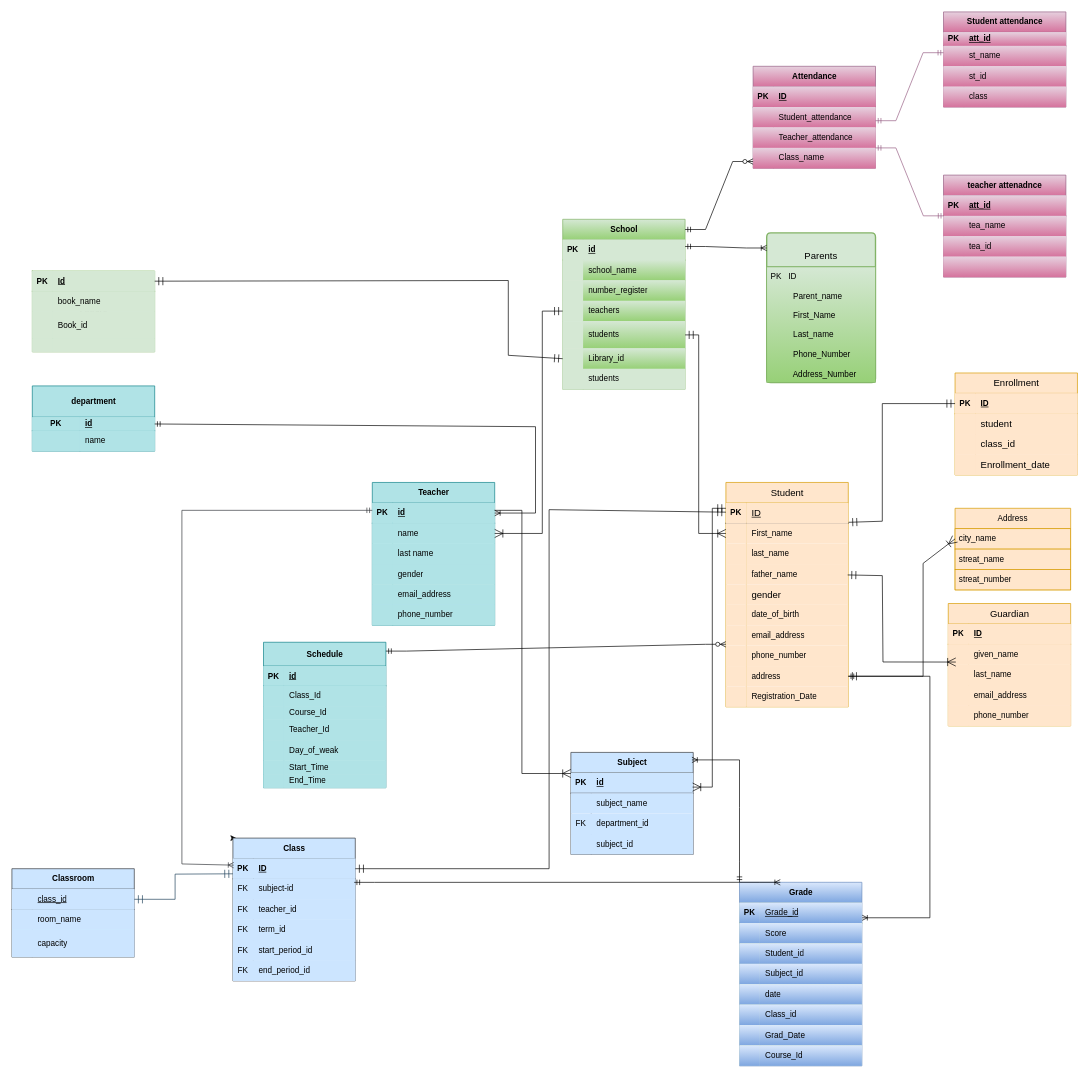
The draw.io diagram page "Page-1" (1 of 2) of ERD for School.drawio in murtazaGharibyar1383/Database-for-school, before the edit. Source tidied: cells renumbered, new cells numbered last; positions are measured from the earlier drawing's top-left corner, leaving out a move shared by most shapes. Both pictures are drawn from the tidied source at 68%, with x=0, y=0 at pixel (12, 12).
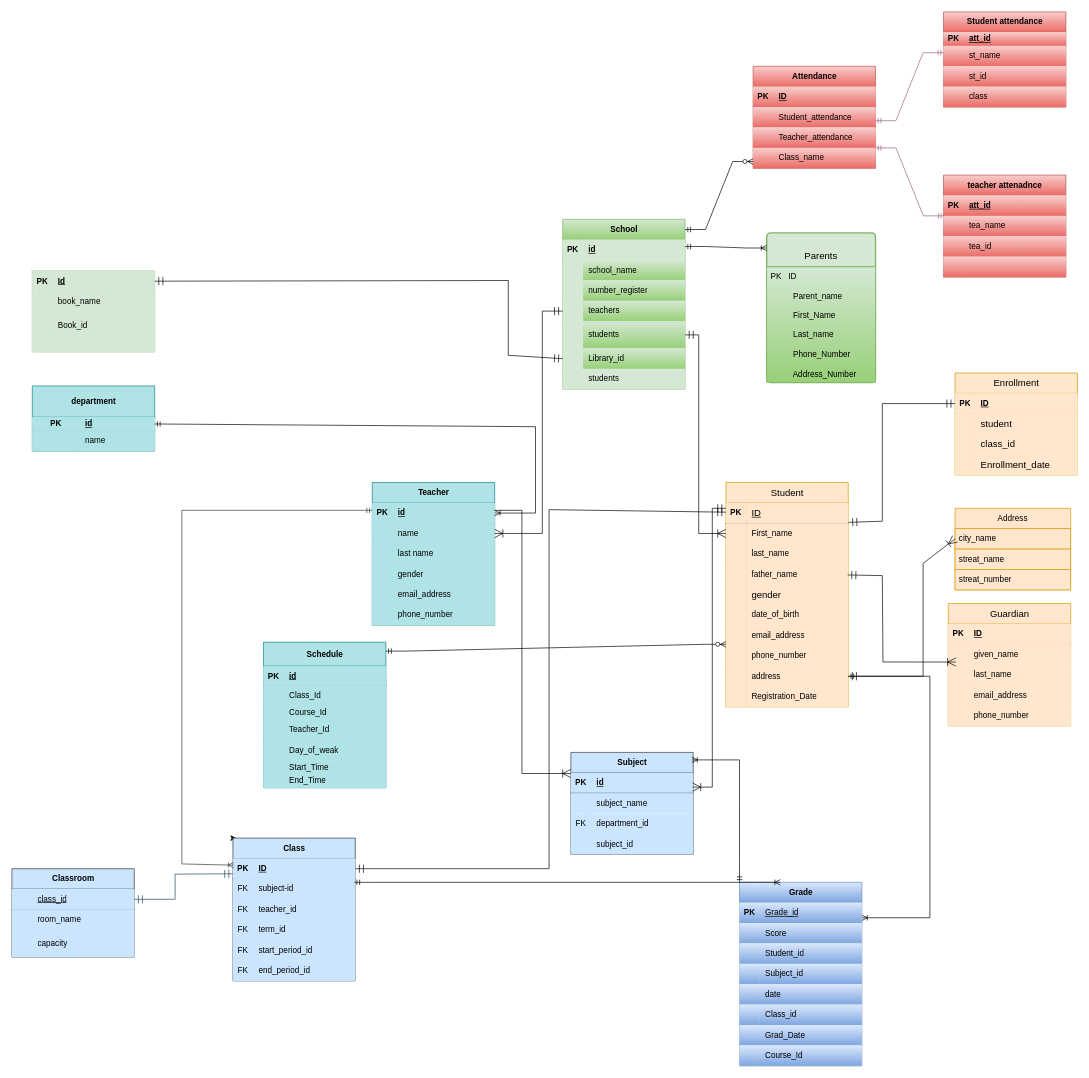
Above is the later version.

What changed in the source:
```diff
@@
-    <mxCell id="176" value="Attendance" style="shape=table;startSize=30;childLayout=tableLayout;rowLines=0;fontStyle=1;align=center;html=1;fillColor=#e6d0de;gradientColor=#d5739d;strokeColor=#996185;" parent="1" vertex="1">
+    <mxCell id="176" value="Attendance" style="shape=table;startSize=30;childLayout=tableLayout;rowLines=0;fontStyle=1;align=center;html=1;fillColor=#f8cecc;gradientColor=#ea6b66;strokeColor=#b85450;" parent="1" vertex="1">
       <mxGeometry x="1090" y="80" width="180" height="150" as="geometry" />
     </mxCell>
-    <mxCell id="177" style="shape=tableRow;horizontal=0;startSize=0;swimlaneHead=0;swimlaneBody=0;fillColor=#e6d0de;top=0;left=0;right=0;bottom=1;gradientColor=#d5739d;strokeColor=#996185;" parent="176" vertex="1">
+    <mxCell id="177" style="shape=tableRow;horizontal=0;startSize=0;swimlaneHead=0;swimlaneBody=0;fillColor=#f8cecc;top=0;left=0;right=0;bottom=1;gradientColor=#ea6b66;strokeColor=#b85450;" parent="176" vertex="1">
       <mxGeometry y="30" width="180" height="30" as="geometry" />
     </mxCell>
-    <mxCell id="178" value="PK" style="shape=partialRectangle;fillColor=#e6d0de;top=0;left=0;bottom=0;right=0;fontStyle=1;overflow=hidden;whiteSpace=wrap;html=1;gradientColor=#d5739d;strokeColor=#996185;" parent="177" vertex="1">
+    <mxCell id="178" value="PK" style="shape=partialRectangle;fillColor=#f8cecc;top=0;left=0;bottom=0;right=0;fontStyle=1;overflow=hidden;whiteSpace=wrap;html=1;gradientColor=#ea6b66;strokeColor=#b85450;" parent="177" vertex="1">
       <mxGeometry width="30" height="30" as="geometry" />
     </mxCell>
-    <mxCell id="179" value="ID" style="shape=partialRectangle;fillColor=#e6d0de;top=0;left=0;bottom=0;right=0;align=left;spacingLeft=6;fontStyle=5;overflow=hidden;whiteSpace=wrap;html=1;gradientColor=#d5739d;strokeColor=#996185;" parent="177" vertex="1">
+    <mxCell id="179" value="ID" style="shape=partialRectangle;fillColor=#f8cecc;top=0;left=0;bottom=0;right=0;align=left;spacingLeft=6;fontStyle=5;overflow=hidden;whiteSpace=wrap;html=1;gradientColor=#ea6b66;strokeColor=#b85450;" parent="177" vertex="1">
       <mxGeometry x="30" width="150" height="30" as="geometry" />
     </mxCell>
-    <mxCell id="180" style="shape=tableRow;horizontal=0;startSize=0;swimlaneHead=0;swimlaneBody=0;fillColor=#e6d0de;top=0;left=0;right=0;bottom=0;gradientColor=#d5739d;strokeColor=#996185;" parent="176" vertex="1">
+    <mxCell id="180" style="shape=tableRow;horizontal=0;startSize=0;swimlaneHead=0;swimlaneBody=0;fillColor=#f8cecc;top=0;left=0;right=0;bottom=0;gradientColor=#ea6b66;strokeColor=#b85450;" parent="176" vertex="1">
       <mxGeometry y="60" width="180" height="30" as="geometry" />
     </mxCell>
-    <mxCell id="181" style="shape=partialRectangle;fillColor=#e6d0de;top=0;left=0;bottom=0;right=0;overflow=hidden;whiteSpace=wrap;html=1;gradientColor=#d5739d;strokeColor=#996185;" parent="180" vertex="1">
+    <mxCell id="181" style="shape=partialRectangle;fillColor=#f8cecc;top=0;left=0;bottom=0;right=0;overflow=hidden;whiteSpace=wrap;html=1;gradientColor=#ea6b66;strokeColor=#b85450;" parent="180" vertex="1">
       <mxGeometry width="30" height="30" as="geometry" />
     </mxCell>
-    <mxCell id="182" value="Student_attendance" style="shape=partialRectangle;fillColor=#e6d0de;top=0;left=0;bottom=0;right=0;align=left;spacingLeft=6;overflow=hidden;whiteSpace=wrap;html=1;gradientColor=#d5739d;strokeColor=#996185;" parent="180" vertex="1">
+    <mxCell id="182" value="Student_attendance" style="shape=partialRectangle;fillColor=#f8cecc;top=0;left=0;bottom=0;right=0;align=left;spacingLeft=6;overflow=hidden;whiteSpace=wrap;html=1;gradientColor=#ea6b66;strokeColor=#b85450;" parent="180" vertex="1">
       <mxGeometry x="30" width="150" height="30" as="geometry" />
     </mxCell>
-    <mxCell id="183" style="shape=tableRow;horizontal=0;startSize=0;swimlaneHead=0;swimlaneBody=0;fillColor=#e6d0de;top=0;left=0;right=0;bottom=0;gradientColor=#d5739d;strokeColor=#996185;" parent="176" vertex="1">
+    <mxCell id="183" style="shape=tableRow;horizontal=0;startSize=0;swimlaneHead=0;swimlaneBody=0;fillColor=#f8cecc;top=0;left=0;right=0;bottom=0;gradientColor=#ea6b66;strokeColor=#b85450;" parent="176" vertex="1">
       <mxGeometry y="90" width="180" height="30" as="geometry" />
     </mxCell>
-    <mxCell id="184" style="shape=partialRectangle;fillColor=#e6d0de;top=0;left=0;bottom=0;right=0;overflow=hidden;whiteSpace=wrap;html=1;gradientColor=#d5739d;strokeColor=#996185;" parent="183" vertex="1">
+    <mxCell id="184" style="shape=partialRectangle;fillColor=#f8cecc;top=0;left=0;bottom=0;right=0;overflow=hidden;whiteSpace=wrap;html=1;gradientColor=#ea6b66;strokeColor=#b85450;" parent="183" vertex="1">
       <mxGeometry width="30" height="30" as="geometry" />
     </mxCell>
-    <mxCell id="185" value="Teacher_attendance" style="shape=partialRectangle;fillColor=#e6d0de;top=0;left=0;bottom=0;right=0;align=left;spacingLeft=6;overflow=hidden;whiteSpace=wrap;html=1;gradientColor=#d5739d;strokeColor=#996185;" parent="183" vertex="1">
+    <mxCell id="185" value="Teacher_attendance" style="shape=partialRectangle;fillColor=#f8cecc;top=0;left=0;bottom=0;right=0;align=left;spacingLeft=6;overflow=hidden;whiteSpace=wrap;html=1;gradientColor=#ea6b66;strokeColor=#b85450;" parent="183" vertex="1">
       <mxGeometry x="30" width="150" height="30" as="geometry" />
     </mxCell>
-    <mxCell id="186" style="shape=tableRow;horizontal=0;startSize=0;swimlaneHead=0;swimlaneBody=0;fillColor=#e6d0de;top=0;left=0;right=0;bottom=0;gradientColor=#d5739d;strokeColor=#996185;" parent="176" vertex="1">
+    <mxCell id="186" style="shape=tableRow;horizontal=0;startSize=0;swimlaneHead=0;swimlaneBody=0;fillColor=#f8cecc;top=0;left=0;right=0;bottom=0;gradientColor=#ea6b66;strokeColor=#b85450;" parent="176" vertex="1">
       <mxGeometry y="120" width="180" height="30" as="geometry" />
     </mxCell>
-    <mxCell id="187" style="shape=partialRectangle;fillColor=#e6d0de;top=0;left=0;bottom=0;right=0;overflow=hidden;whiteSpace=wrap;html=1;gradientColor=#d5739d;strokeColor=#996185;" parent="186" vertex="1">
+    <mxCell id="187" style="shape=partialRectangle;fillColor=#f8cecc;top=0;left=0;bottom=0;right=0;overflow=hidden;whiteSpace=wrap;html=1;gradientColor=#ea6b66;strokeColor=#b85450;" parent="186" vertex="1">
       <mxGeometry width="30" height="30" as="geometry" />
     </mxCell>
-    <mxCell id="188" value="Class_name" style="shape=partialRectangle;fillColor=#e6d0de;top=0;left=0;bottom=0;right=0;align=left;spacingLeft=6;overflow=hidden;whiteSpace=wrap;html=1;gradientColor=#d5739d;strokeColor=#996185;" parent="186" vertex="1">
+    <mxCell id="188" value="Class_name" style="shape=partialRectangle;fillColor=#f8cecc;top=0;left=0;bottom=0;right=0;align=left;spacingLeft=6;overflow=hidden;whiteSpace=wrap;html=1;gradientColor=#ea6b66;strokeColor=#b85450;" parent="186" vertex="1">
       <mxGeometry x="30" width="150" height="30" as="geometry" />
     </mxCell>
-    <mxCell id="189" value="Student attendance" style="shape=table;startSize=30;childLayout=tableLayout;rowLines=0;fontStyle=1;align=center;html=1;fillColor=#e6d0de;strokeColor=#996185;gradientColor=#d5739d;" parent="1" vertex="1">
+    <mxCell id="189" value="Student attendance" style="shape=table;startSize=30;childLayout=tableLayout;rowLines=0;fontStyle=1;align=center;html=1;fillColor=#f8cecc;strokeColor=#b85450;gradientColor=#ea6b66;" parent="1" vertex="1">
       <mxGeometry x="1370" width="180" height="140" as="geometry" />
     </mxCell>
-    <mxCell id="190" style="shape=tableRow;horizontal=0;startSize=0;swimlaneHead=0;swimlaneBody=0;fillColor=#e6d0de;top=0;left=0;right=0;bottom=1;gradientColor=#d5739d;strokeColor=#996185;" parent="189" vertex="1">
+    <mxCell id="190" style="shape=tableRow;horizontal=0;startSize=0;swimlaneHead=0;swimlaneBody=0;fillColor=#f8cecc;top=0;left=0;right=0;bottom=1;gradientColor=#ea6b66;strokeColor=#b85450;" parent="189" vertex="1">
       <mxGeometry y="30" width="180" height="20" as="geometry" />
     </mxCell>
-    <mxCell id="191" value="PK" style="shape=partialRectangle;fillColor=#e6d0de;top=0;left=0;bottom=0;right=0;fontStyle=1;overflow=hidden;whiteSpace=wrap;html=1;gradientColor=#d5739d;strokeColor=#996185;" parent="190" vertex="1">
+    <mxCell id="191" value="PK" style="shape=partialRectangle;fillColor=#f8cecc;top=0;left=0;bottom=0;right=0;fontStyle=1;overflow=hidden;whiteSpace=wrap;html=1;gradientColor=#ea6b66;strokeColor=#b85450;" parent="190" vertex="1">
       <mxGeometry width="30" height="20" as="geometry" />
     </mxCell>
-    <mxCell id="192" value="att_id" style="shape=partialRectangle;fillColor=#e6d0de;top=0;left=0;bottom=0;right=0;align=left;spacingLeft=6;fontStyle=5;overflow=hidden;whiteSpace=wrap;html=1;gradientColor=#d5739d;strokeColor=#996185;" parent="190" vertex="1">
+    <mxCell id="192" value="att_id" style="shape=partialRectangle;fillColor=#f8cecc;top=0;left=0;bottom=0;right=0;align=left;spacingLeft=6;fontStyle=5;overflow=hidden;whiteSpace=wrap;html=1;gradientColor=#ea6b66;strokeColor=#b85450;" parent="190" vertex="1">
       <mxGeometry x="30" width="150" height="20" as="geometry" />
     </mxCell>
-    <mxCell id="193" style="shape=tableRow;horizontal=0;startSize=0;swimlaneHead=0;swimlaneBody=0;fillColor=#e6d0de;top=0;left=0;right=0;bottom=0;gradientColor=#d5739d;strokeColor=#996185;" parent="189" vertex="1">
+    <mxCell id="193" style="shape=tableRow;horizontal=0;startSize=0;swimlaneHead=0;swimlaneBody=0;fillColor=#f8cecc;top=0;left=0;right=0;bottom=0;gradientColor=#ea6b66;strokeColor=#b85450;" parent="189" vertex="1">
       <mxGeometry y="50" width="180" height="30" as="geometry" />
     </mxCell>
-    <mxCell id="194" style="shape=partialRectangle;fillColor=#e6d0de;top=0;left=0;bottom=0;right=0;overflow=hidden;whiteSpace=wrap;html=1;gradientColor=#d5739d;strokeColor=#996185;" parent="193" vertex="1">
+    <mxCell id="194" style="shape=partialRectangle;fillColor=#f8cecc;top=0;left=0;bottom=0;right=0;overflow=hidden;whiteSpace=wrap;html=1;gradientColor=#ea6b66;strokeColor=#b85450;" parent="193" vertex="1">
       <mxGeometry width="30" height="30" as="geometry" />
     </mxCell>
-    <mxCell id="195" value="st_name" style="shape=partialRectangle;fillColor=#e6d0de;top=0;left=0;bottom=0;right=0;align=left;spacingLeft=6;overflow=hidden;whiteSpace=wrap;html=1;gradientColor=#d5739d;strokeColor=#996185;" parent="193" vertex="1">
+    <mxCell id="195" value="st_name" style="shape=partialRectangle;fillColor=#f8cecc;top=0;left=0;bottom=0;right=0;align=left;spacingLeft=6;overflow=hidden;whiteSpace=wrap;html=1;gradientColor=#ea6b66;strokeColor=#b85450;" parent="193" vertex="1">
       <mxGeometry x="30" width="150" height="30" as="geometry" />
     </mxCell>
-    <mxCell id="196" style="shape=tableRow;horizontal=0;startSize=0;swimlaneHead=0;swimlaneBody=0;fillColor=#e6d0de;top=0;left=0;right=0;bottom=0;gradientColor=#d5739d;strokeColor=#996185;" parent="189" vertex="1">
+    <mxCell id="196" style="shape=tableRow;horizontal=0;startSize=0;swimlaneHead=0;swimlaneBody=0;fillColor=#f8cecc;top=0;left=0;right=0;bottom=0;gradientColor=#ea6b66;strokeColor=#b85450;" parent="189" vertex="1">
       <mxGeometry y="80" width="180" height="30" as="geometry" />
     </mxCell>
-    <mxCell id="197" style="shape=partialRectangle;fillColor=#e6d0de;top=0;left=0;bottom=0;right=0;overflow=hidden;whiteSpace=wrap;html=1;gradientColor=#d5739d;strokeColor=#996185;" parent="196" vertex="1">
+    <mxCell id="197" style="shape=partialRectangle;fillColor=#f8cecc;top=0;left=0;bottom=0;right=0;overflow=hidden;whiteSpace=wrap;html=1;gradientColor=#ea6b66;strokeColor=#b85450;" parent="196" vertex="1">
       <mxGeometry width="30" height="30" as="geometry" />
     </mxCell>
-    <mxCell id="198" value="st_id" style="shape=partialRectangle;fillColor=#e6d0de;top=0;left=0;bottom=0;right=0;align=left;spacingLeft=6;overflow=hidden;whiteSpace=wrap;html=1;gradientColor=#d5739d;strokeColor=#996185;" parent="196" vertex="1">
+    <mxCell id="198" value="st_id" style="shape=partialRectangle;fillColor=#f8cecc;top=0;left=0;bottom=0;right=0;align=left;spacingLeft=6;overflow=hidden;whiteSpace=wrap;html=1;gradientColor=#ea6b66;strokeColor=#b85450;" parent="196" vertex="1">
       <mxGeometry x="30" width="150" height="30" as="geometry" />
     </mxCell>
-    <mxCell id="199" style="shape=tableRow;horizontal=0;startSize=0;swimlaneHead=0;swimlaneBody=0;fillColor=#e6d0de;top=0;left=0;right=0;bottom=0;gradientColor=#d5739d;strokeColor=#996185;" parent="189" vertex="1">
+    <mxCell id="199" style="shape=tableRow;horizontal=0;startSize=0;swimlaneHead=0;swimlaneBody=0;fillColor=#f8cecc;top=0;left=0;right=0;bottom=0;gradientColor=#ea6b66;strokeColor=#b85450;" parent="189" vertex="1">
       <mxGeometry y="110" width="180" height="30" as="geometry" />
     </mxCell>
-    <mxCell id="200" style="shape=partialRectangle;fillColor=#e6d0de;top=0;left=0;bottom=0;right=0;overflow=hidden;whiteSpace=wrap;html=1;gradientColor=#d5739d;strokeColor=#996185;" parent="199" vertex="1">
+    <mxCell id="200" style="shape=partialRectangle;fillColor=#f8cecc;top=0;left=0;bottom=0;right=0;overflow=hidden;whiteSpace=wrap;html=1;gradientColor=#ea6b66;strokeColor=#b85450;" parent="199" vertex="1">
       <mxGeometry width="30" height="30" as="geometry" />
     </mxCell>
-    <mxCell id="201" value="class" style="shape=partialRectangle;fillColor=#e6d0de;top=0;left=0;bottom=0;right=0;align=left;spacingLeft=6;overflow=hidden;whiteSpace=wrap;html=1;gradientColor=#d5739d;strokeColor=#996185;" parent="199" vertex="1">
+    <mxCell id="201" value="class" style="shape=partialRectangle;fillColor=#f8cecc;top=0;left=0;bottom=0;right=0;align=left;spacingLeft=6;overflow=hidden;whiteSpace=wrap;html=1;gradientColor=#ea6b66;strokeColor=#b85450;" parent="199" vertex="1">
       <mxGeometry x="30" width="150" height="30" as="geometry" />
     </mxCell>
@@
-    <mxCell id="203" value="teacher attenadnce" style="shape=table;startSize=30;childLayout=tableLayout;rowLines=0;fontStyle=1;align=center;html=1;fillColor=#e6d0de;gradientColor=#d5739d;strokeColor=#996185;" parent="1" vertex="1">
+    <mxCell id="203" value="teacher attenadnce" style="shape=table;startSize=30;childLayout=tableLayout;rowLines=0;fontStyle=1;align=center;html=1;fillColor=#f8cecc;gradientColor=#ea6b66;strokeColor=#b85450;" parent="1" vertex="1">
       <mxGeometry x="1370" y="240" width="180" height="150" as="geometry" />
     </mxCell>
-    <mxCell id="204" style="shape=tableRow;horizontal=0;startSize=0;swimlaneHead=0;swimlaneBody=0;fillColor=#e6d0de;top=0;left=0;right=0;bottom=1;gradientColor=#d5739d;strokeColor=#996185;" parent="203" vertex="1">
+    <mxCell id="204" style="shape=tableRow;horizontal=0;startSize=0;swimlaneHead=0;swimlaneBody=0;fillColor=#f8cecc;top=0;left=0;right=0;bottom=1;gradientColor=#ea6b66;strokeColor=#b85450;" parent="203" vertex="1">
       <mxGeometry y="30" width="180" height="30" as="geometry" />
     </mxCell>
-    <mxCell id="205" value="PK" style="shape=partialRectangle;fillColor=#e6d0de;top=0;left=0;bottom=0;right=0;fontStyle=1;overflow=hidden;whiteSpace=wrap;html=1;gradientColor=#d5739d;strokeColor=#996185;" parent="204" vertex="1">
+    <mxCell id="205" value="PK" style="shape=partialRectangle;fillColor=#f8cecc;top=0;left=0;bottom=0;right=0;fontStyle=1;overflow=hidden;whiteSpace=wrap;html=1;gradientColor=#ea6b66;strokeColor=#b85450;" parent="204" vertex="1">
       <mxGeometry width="30" height="30" as="geometry" />
     </mxCell>
-    <mxCell id="206" value="att_id" style="shape=partialRectangle;fillColor=#e6d0de;top=0;left=0;bottom=0;right=0;align=left;spacingLeft=6;fontStyle=5;overflow=hidden;whiteSpace=wrap;html=1;gradientColor=#d5739d;strokeColor=#996185;" parent="204" vertex="1">
+    <mxCell id="206" value="att_id" style="shape=partialRectangle;fillColor=#f8cecc;top=0;left=0;bottom=0;right=0;align=left;spacingLeft=6;fontStyle=5;overflow=hidden;whiteSpace=wrap;html=1;gradientColor=#ea6b66;strokeColor=#b85450;" parent="204" vertex="1">
       <mxGeometry x="30" width="150" height="30" as="geometry" />
     </mxCell>
-    <mxCell id="207" style="shape=tableRow;horizontal=0;startSize=0;swimlaneHead=0;swimlaneBody=0;fillColor=#e6d0de;points=[[0,0.5],[1,0.5]];portConstraint=eastwest;top=0;left=0;right=0;bottom=0;gradientColor=#d5739d;strokeColor=#996185;" parent="203" vertex="1">
+    <mxCell id="207" style="shape=tableRow;horizontal=0;startSize=0;swimlaneHead=0;swimlaneBody=0;fillColor=#f8cecc;points=[[0,0.5],[1,0.5]];portConstraint=eastwest;top=0;left=0;right=0;bottom=0;gradientColor=#ea6b66;strokeColor=#b85450;" parent="203" vertex="1">
       <mxGeometry y="60" width="180" height="30" as="geometry" />
     </mxCell>
-    <mxCell id="208" style="shape=partialRectangle;fillColor=#e6d0de;top=0;left=0;bottom=0;right=0;overflow=hidden;whiteSpace=wrap;html=1;gradientColor=#d5739d;strokeColor=#996185;" parent="207" vertex="1">
+    <mxCell id="208" style="shape=partialRectangle;fillColor=#f8cecc;top=0;left=0;bottom=0;right=0;overflow=hidden;whiteSpace=wrap;html=1;gradientColor=#ea6b66;strokeColor=#b85450;" parent="207" vertex="1">
       <mxGeometry width="30" height="30" as="geometry" />
     </mxCell>
-    <mxCell id="209" value="tea_name" style="shape=partialRectangle;fillColor=#e6d0de;top=0;left=0;bottom=0;right=0;align=left;spacingLeft=6;overflow=hidden;whiteSpace=wrap;html=1;gradientColor=#d5739d;strokeColor=#996185;" parent="207" vertex="1">
+    <mxCell id="209" value="tea_name" style="shape=partialRectangle;fillColor=#f8cecc;top=0;left=0;bottom=0;right=0;align=left;spacingLeft=6;overflow=hidden;whiteSpace=wrap;html=1;gradientColor=#ea6b66;strokeColor=#b85450;" parent="207" vertex="1">
       <mxGeometry x="30" width="150" height="30" as="geometry" />
     </mxCell>
-    <mxCell id="210" style="shape=tableRow;horizontal=0;startSize=0;swimlaneHead=0;swimlaneBody=0;fillColor=#e6d0de;top=0;left=0;right=0;bottom=0;gradientColor=#d5739d;strokeColor=#996185;" parent="203" vertex="1">
+    <mxCell id="210" style="shape=tableRow;horizontal=0;startSize=0;swimlaneHead=0;swimlaneBody=0;fillColor=#f8cecc;top=0;left=0;right=0;bottom=0;gradientColor=#ea6b66;strokeColor=#b85450;" parent="203" vertex="1">
       <mxGeometry y="90" width="180" height="30" as="geometry" />
     </mxCell>
-    <mxCell id="211" style="shape=partialRectangle;fillColor=#e6d0de;top=0;left=0;bottom=0;right=0;overflow=hidden;whiteSpace=wrap;html=1;gradientColor=#d5739d;strokeColor=#996185;" parent="210" vertex="1">
+    <mxCell id="211" style="shape=partialRectangle;fillColor=#f8cecc;top=0;left=0;bottom=0;right=0;overflow=hidden;whiteSpace=wrap;html=1;gradientColor=#ea6b66;strokeColor=#b85450;" parent="210" vertex="1">
       <mxGeometry width="30" height="30" as="geometry" />
     </mxCell>
-    <mxCell id="212" value="tea_id" style="shape=partialRectangle;fillColor=#e6d0de;top=0;left=0;bottom=0;right=0;align=left;spacingLeft=6;overflow=hidden;whiteSpace=wrap;html=1;gradientColor=#d5739d;strokeColor=#996185;" parent="210" vertex="1">
+    <mxCell id="212" value="tea_id" style="shape=partialRectangle;fillColor=#f8cecc;top=0;left=0;bottom=0;right=0;align=left;spacingLeft=6;overflow=hidden;whiteSpace=wrap;html=1;gradientColor=#ea6b66;strokeColor=#b85450;" parent="210" vertex="1">
       <mxGeometry x="30" width="150" height="30" as="geometry" />
     </mxCell>
-    <mxCell id="213" style="shape=tableRow;horizontal=0;startSize=0;swimlaneHead=0;swimlaneBody=0;fillColor=#e6d0de;top=0;left=0;right=0;bottom=0;gradientColor=#d5739d;strokeColor=#996185;" parent="203" vertex="1">
+    <mxCell id="213" style="shape=tableRow;horizontal=0;startSize=0;swimlaneHead=0;swimlaneBody=0;fillColor=#f8cecc;top=0;left=0;right=0;bottom=0;gradientColor=#ea6b66;strokeColor=#b85450;" parent="203" vertex="1">
       <mxGeometry y="120" width="180" height="30" as="geometry" />
     </mxCell>
-    <mxCell id="214" style="shape=partialRectangle;fillColor=#e6d0de;top=0;left=0;bottom=0;right=0;overflow=hidden;whiteSpace=wrap;html=1;gradientColor=#d5739d;strokeColor=#996185;" parent="213" vertex="1">
+    <mxCell id="214" style="shape=partialRectangle;fillColor=#f8cecc;top=0;left=0;bottom=0;right=0;overflow=hidden;whiteSpace=wrap;html=1;gradientColor=#ea6b66;strokeColor=#b85450;" parent="213" vertex="1">
       <mxGeometry width="30" height="30" as="geometry" />
     </mxCell>
-    <mxCell id="215" style="shape=partialRectangle;fillColor=#e6d0de;top=0;left=0;bottom=0;right=0;align=left;spacingLeft=6;overflow=hidden;whiteSpace=wrap;html=1;gradientColor=#d5739d;strokeColor=#996185;" parent="213" vertex="1">
+    <mxCell id="215" style="shape=partialRectangle;fillColor=#f8cecc;top=0;left=0;bottom=0;right=0;align=left;spacingLeft=6;overflow=hidden;whiteSpace=wrap;html=1;gradientColor=#ea6b66;strokeColor=#b85450;" parent="213" vertex="1">
       <mxGeometry x="30" width="150" height="30" as="geometry" />
     </mxCell>
```
